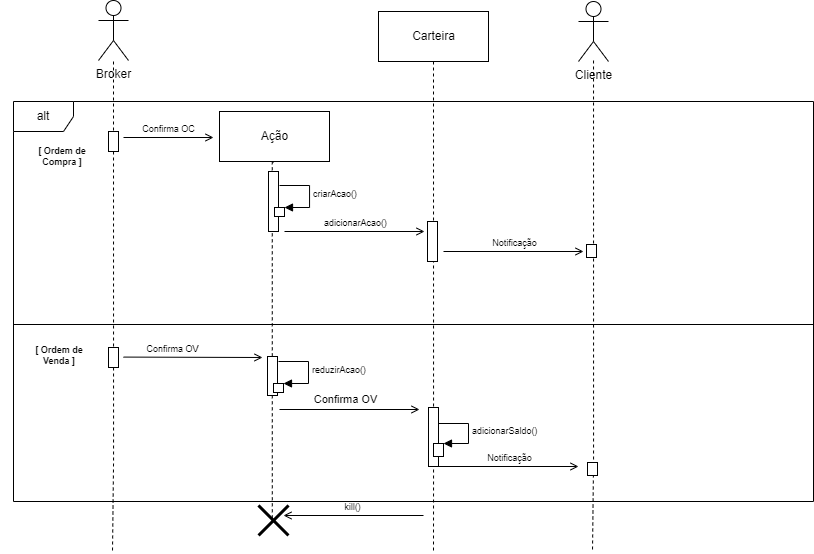
Above: MarketDiagramasDeSequencia/MarketSequencia04.drawio.png in EijiDogen/FEI_MDSMarket (draw.io), before the change. Source tidied: cells renumbered, new cells last; positions are measured from the earlier drawing's top-left corner, leaving out a move shared by most shapes.
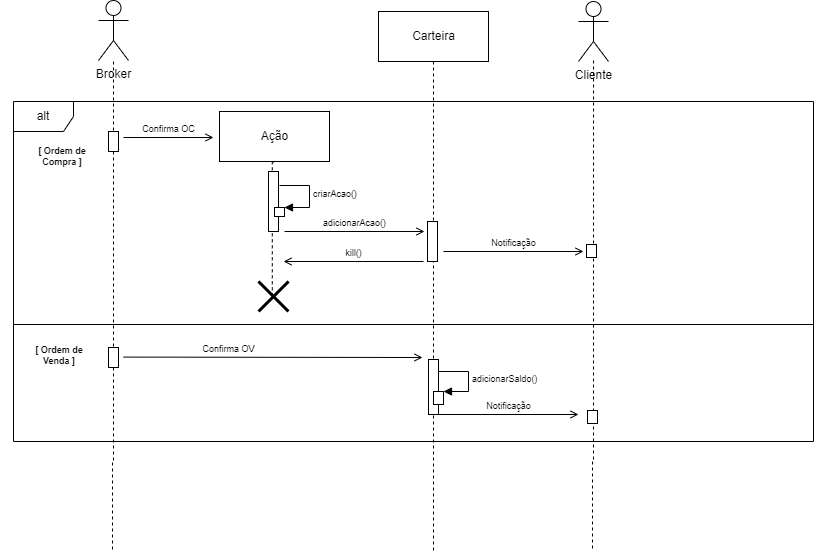
After the commit.

The edit, as a diff of the source:
```diff
@@ -3,7 +3,7 @@
     <mxCell id="0" />
     <mxCell id="1" value="Frames" parent="0" />
     <mxCell id="2" value="alt" style="shape=umlFrame;whiteSpace=wrap;html=1;" parent="1" vertex="1">
-      <mxGeometry x="13" y="101" width="800" height="400" as="geometry" />
+      <mxGeometry x="13" y="101" width="800" height="340" as="geometry" />
     </mxCell>
     <mxCell id="3" value="[ Ordem de&lt;br&gt;Compra ]" style="text;html=1;strokeColor=none;fillColor=none;align=center;verticalAlign=middle;whiteSpace=wrap;rounded=0;fontSize=9;fontStyle=1;" parent="1" vertex="1">
       <mxGeometry x="3" y="141" width="118" height="30" as="geometry" />
@@ -70,45 +70,31 @@
       <mxGeometry x="586" y="244" width="10" height="13" as="geometry" />
     </mxCell>
     <mxCell id="18" style="html=1;perimeter=orthogonalPerimeter;fontSize=9;" parent="14" vertex="1">
-      <mxGeometry x="428" y="407" width="10" height="59" as="geometry" />
+      <mxGeometry x="428" y="410" width="10" height="55" as="geometry" />
     </mxCell>
     <mxCell id="19" style="html=1;points=[];perimeter=orthogonalPerimeter;" parent="14" vertex="1">
-      <mxGeometry x="433" y="443" width="10" height="13" as="geometry" />
+      <mxGeometry x="433" y="442" width="10" height="13" as="geometry" />
     </mxCell>
     <mxCell id="20" value="adicionarSaldo()" style="edgeStyle=orthogonalEdgeStyle;html=1;align=left;spacingLeft=2;endArrow=block;rounded=0;entryX=1;entryY=0;fontSize=9;" parent="14" edge="1" target="19">
       <mxGeometry relative="1" as="geometry">
-        <mxPoint x="438" y="423" as="sourcePoint" />
+        <mxPoint x="438" y="422" as="sourcePoint" />
         <Array as="points">
-          <mxPoint x="468" y="423" />
+          <mxPoint x="468" y="422" />
         </Array>
       </mxGeometry>
     </mxCell>
     <mxCell id="21" value="Notificação" style="html=1;verticalAlign=bottom;endArrow=open;rounded=0;fontSize=9;endFill=0;" parent="14" edge="1">
       <mxGeometry relative="1" as="geometry">
-        <mxPoint x="438" y="466" as="sourcePoint" />
-        <mxPoint x="578" y="466" as="targetPoint" />
+        <mxPoint x="438" y="465" as="sourcePoint" />
+        <mxPoint x="578" y="465" as="targetPoint" />
       </mxGeometry>
     </mxCell>
     <mxCell id="22" style="html=1;perimeter=orthogonalPerimeter;fontSize=9;" parent="14" vertex="1">
-      <mxGeometry x="587" y="462" width="10" height="13" as="geometry" />
+      <mxGeometry x="587" y="461" width="10" height="13" as="geometry" />
     </mxCell>
     <mxCell id="23" value="[ Ordem de&lt;br&gt;Venda ]" style="text;html=1;strokeColor=none;fillColor=none;align=center;verticalAlign=middle;whiteSpace=wrap;rounded=0;fontSize=9;fontStyle=1;" parent="14" vertex="1">
       <mxGeometry y="340" width="118" height="30" as="geometry" />
     </mxCell>
-    <mxCell id="24" style="html=1;perimeter=orthogonalPerimeter;fontSize=9;" parent="14" vertex="1">
-      <mxGeometry x="267" y="356" width="10" height="39" as="geometry" />
-    </mxCell>
-    <mxCell id="25" style="html=1;verticalAlign=bottom;endArrow=open;rounded=0;fontSize=9;endFill=0;" parent="14" edge="1">
-      <mxGeometry relative="1" as="geometry">
-        <mxPoint x="279" y="409" as="sourcePoint" />
-        <mxPoint x="419" y="409" as="targetPoint" />
-      </mxGeometry>
-    </mxCell>
-    <mxCell id="26" value="Confirma OV" style="edgeLabel;html=1;align=center;verticalAlign=middle;" parent="25" vertex="1">
-      <mxGeometry x="-0.18" y="-1" relative="1" as="geometry">
-        <mxPoint x="8" y="-12" as="offset" />
-      </mxGeometry>
-    </mxCell>
     <mxCell id="27" style="html=1;points=[];perimeter=orthogonalPerimeter;" parent="14" vertex="1">
       <mxGeometry x="274" y="207" width="10" height="9" as="geometry" />
     </mxCell>
@@ -129,8 +115,8 @@
     </mxCell>
     <mxCell id="31" value="kill()" style="html=1;verticalAlign=bottom;endArrow=open;rounded=0;fontSize=9;endFill=0;" parent="29" edge="1">
       <mxGeometry relative="1" as="geometry">
-        <mxPoint x="423" y="515" as="sourcePoint" />
-        <mxPoint x="283" y="515" as="targetPoint" />
+        <mxPoint x="423" y="261" as="sourcePoint" />
+        <mxPoint x="283" y="261" as="targetPoint" />
       </mxGeometry>
     </mxCell>
     <mxCell id="32" style="html=1;perimeter=orthogonalPerimeter;fontSize=9;" parent="29" vertex="1">
@@ -149,7 +135,7 @@
       </mxGeometry>
     </mxCell>
     <mxCell id="35" style="shape=umlDestroy;whiteSpace=wrap;html=1;strokeWidth=3;fontSize=9;" parent="29" vertex="1">
-      <mxGeometry x="258" y="505" width="30" height="30" as="geometry" />
+      <mxGeometry x="258" y="281" width="30" height="30" as="geometry" />
     </mxCell>
     <mxCell id="36" style="html=1;perimeter=orthogonalPerimeter;fontSize=9;" parent="29" vertex="1">
       <mxGeometry x="108" y="347" width="10" height="20" as="geometry" />
@@ -157,19 +143,8 @@
     <mxCell id="37" value="Confirma OV" style="html=1;verticalAlign=bottom;endArrow=open;rounded=0;fontSize=9;endFill=0;" parent="29" edge="1">
       <mxGeometry x="-0.29" relative="1" as="geometry">
         <mxPoint x="123" y="356.6" as="sourcePoint" />
-        <mxPoint x="262" y="357" as="targetPoint" />
+        <mxPoint x="422" y="357" as="targetPoint" />
       </mxGeometry>
     </mxCell>
-    <mxCell id="38" style="html=1;points=[];perimeter=orthogonalPerimeter;" parent="29" vertex="1">
-      <mxGeometry x="273" y="383" width="10" height="9" as="geometry" />
-    </mxCell>
-    <mxCell id="39" value="reduzirAcao()" style="edgeStyle=orthogonalEdgeStyle;html=1;align=left;spacingLeft=2;endArrow=block;rounded=0;entryX=1;entryY=0;fontSize=9;" parent="29" edge="1" target="38">
-      <mxGeometry relative="1" as="geometry">
-        <mxPoint x="278" y="361" as="sourcePoint" />
-        <Array as="points">
-          <mxPoint x="308" y="361" />
-        </Array>
-      </mxGeometry>
-    </mxCell>
   </root>
 </mxGraphModel>
```
